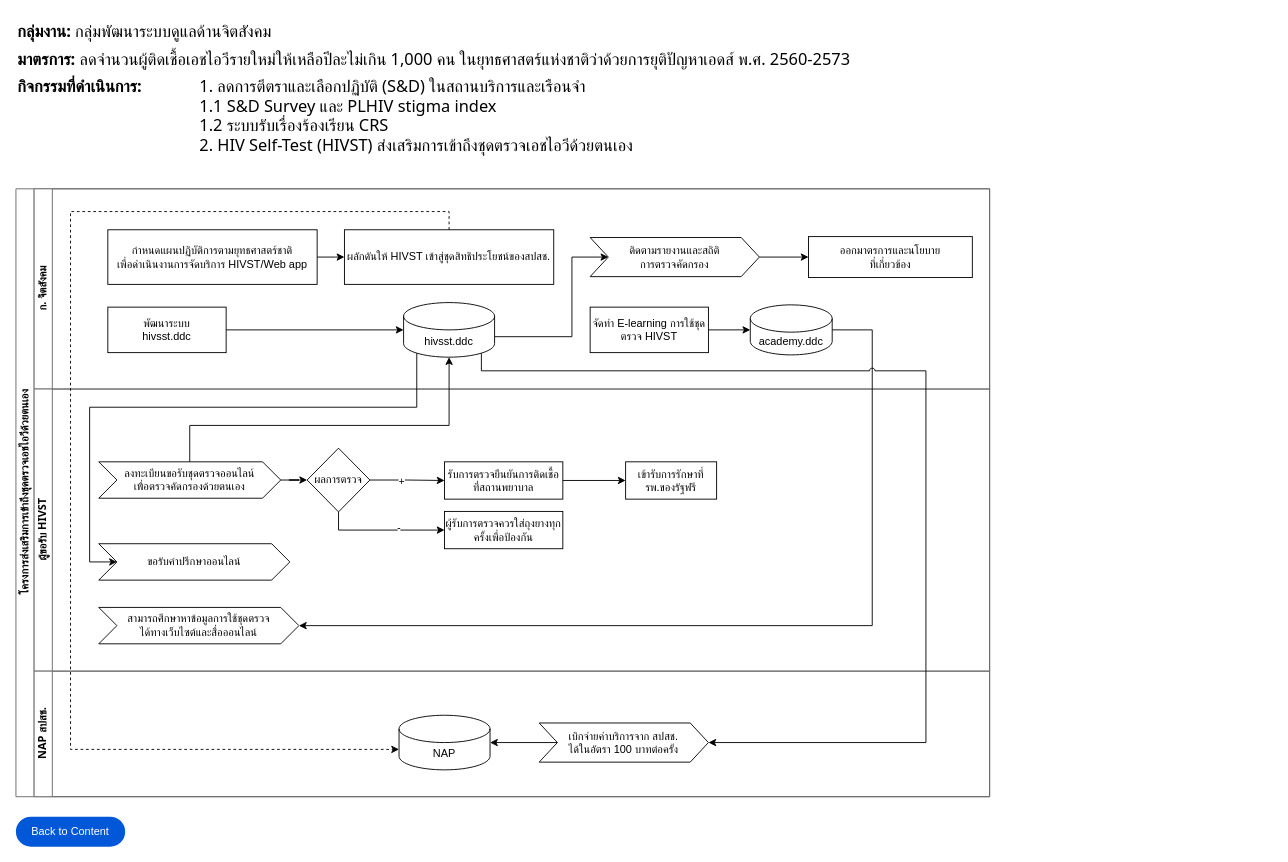
anun311/regist keeps this draw.io diagram as page "HIVST" (16 of 25) of HIVs Work-Data Diagram.drawio. Above is the earlier version. Source tidied: cells renumbered, new cells numbered last; positions are measured from the earlier drawing's top-left corner, leaving out a move shared by most shapes. Both pictures are drawn from the tidied source at 91%, with x=0, y=0 at pixel (15, 15).
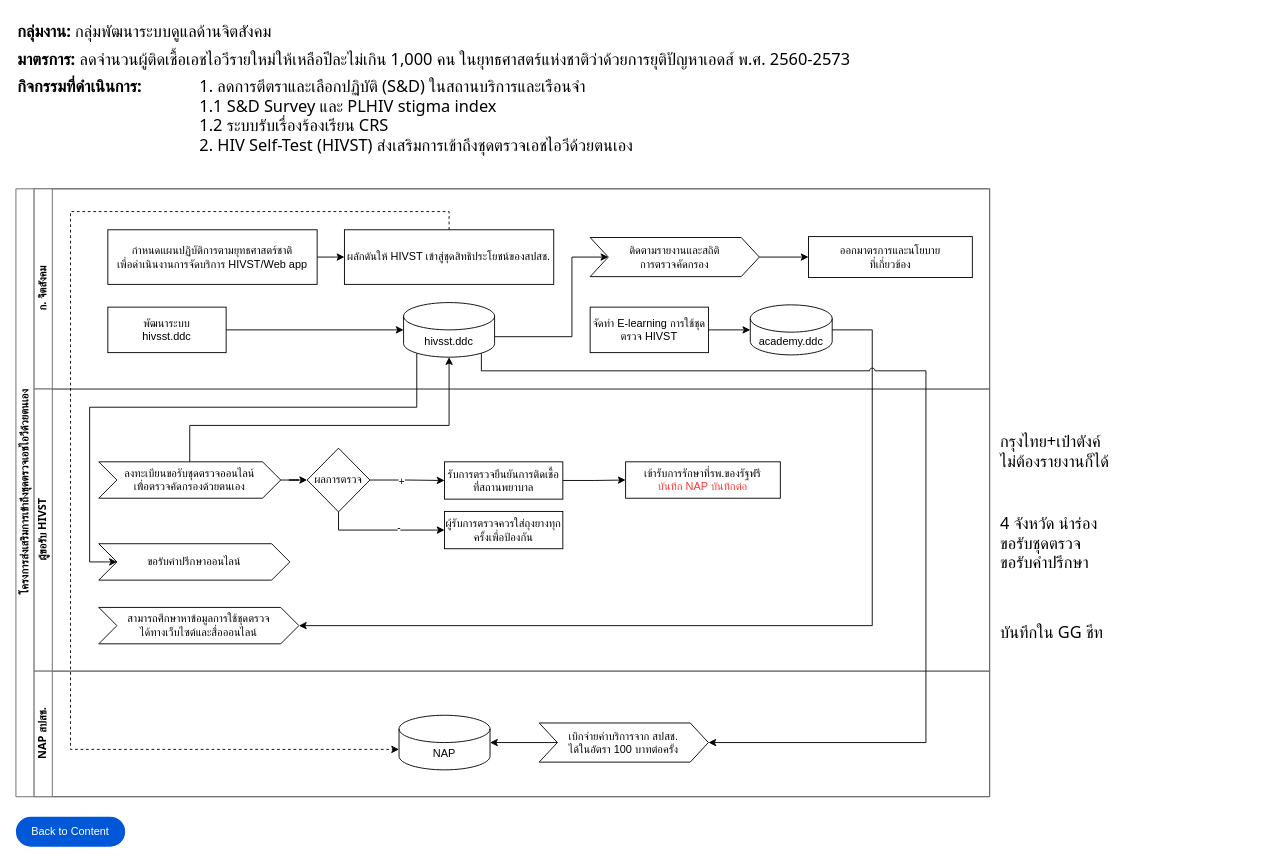
After the change.

Unchanged cells that the change refers to:
```xml
<mxCell id="17" value="ผู้ขอรับ HIVST" style="swimlane;html=1;startSize=20;horizontal=0;fontFamily=Tahoma;strokeColor=#666666;" parent="2" vertex="1">
  <mxGeometry x="20" y="220" width="1050" height="310" as="geometry" />
</mxCell>
```

Diff of the diagram source:
```diff
@@
-    <mxCell id="20" value="เข้ารับการรักษาที่รพ.ของรัฐฟรี" style="rounded=0;whiteSpace=wrap;html=1;" parent="17" vertex="1">
-      <mxGeometry x="650" y="80" width="100" height="41" as="geometry" />
+    <mxCell id="20" value="เข้ารับการรักษาที่รพ.ของรัฐฟรี&lt;br&gt;&lt;font color=&quot;#ff3838&quot;&gt;บันทึก NAP บันทึกต่อ&lt;/font&gt;" style="rounded=0;whiteSpace=wrap;html=1;" parent="17" vertex="1">
+      <mxGeometry x="650" y="80" width="170" height="40" as="geometry" />
     </mxCell>
@@
+    <mxCell id="47" value="กรุงไทย+เป๋าตังค์&lt;br&gt;ไม่ต้องรายงานก็ได้" style="text;html=1;strokeColor=none;fillColor=none;align=left;verticalAlign=top;whiteSpace=wrap;rounded=0;fontFamily=Tahoma;fontStyle=0;fontSize=18;" parent="1" vertex="1">
+      <mxGeometry x="1080" y="450" width="290" height="90" as="geometry" />
+    </mxCell>
+    <mxCell id="48" value="4 จังหวัด นำร่อง&lt;br&gt;ขอรับชุดตรวจ&lt;br&gt;ขอรับคำปรึกษา" style="text;html=1;strokeColor=none;fillColor=none;align=left;verticalAlign=top;whiteSpace=wrap;rounded=0;fontFamily=Tahoma;fontStyle=0;fontSize=18;" parent="1" vertex="1">
+      <mxGeometry x="1080" y="540" width="290" height="100" as="geometry" />
+    </mxCell>
+    <mxCell id="49" value="บันทึกใน GG ชีท" style="text;html=1;strokeColor=none;fillColor=none;align=left;verticalAlign=top;whiteSpace=wrap;rounded=0;fontFamily=Tahoma;fontStyle=0;fontSize=18;" parent="1" vertex="1">
+      <mxGeometry x="1080" y="660" width="290" height="100" as="geometry" />
+    </mxCell>
```
